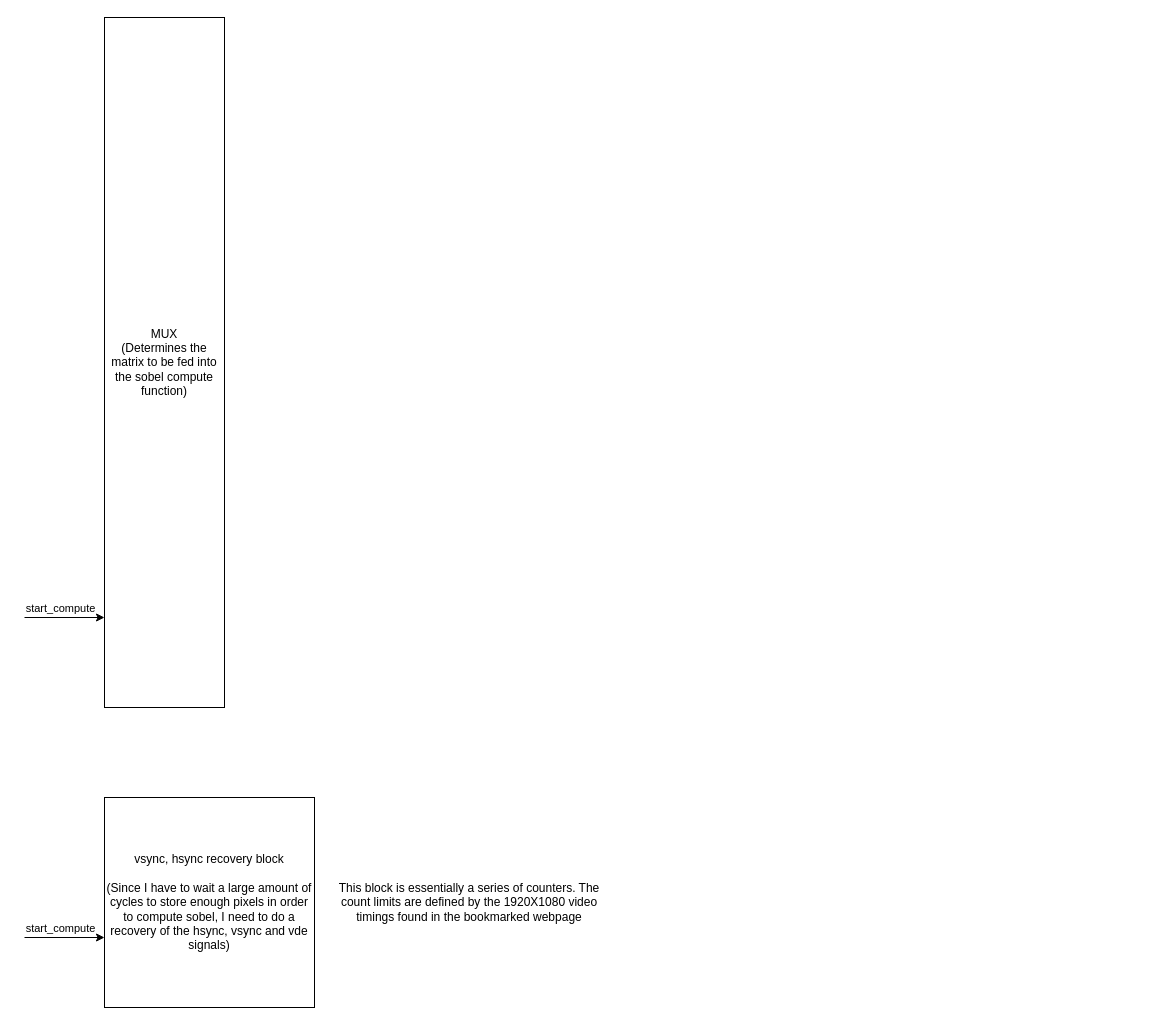
The draw.io diagram page "RAM ARBITOR" (2 of 2) of sobel_edge_detection_diagrams.drawio in dsingh7054/sobel_edge_detection, before the edit. Source tidied: cells renumbered, new cells numbered last; positions are measured from the earlier drawing's top-left corner, leaving out a move shared by most shapes. Both pictures are drawn from the tidied source at 100%, with x=0, y=0 at pixel (24, 17).
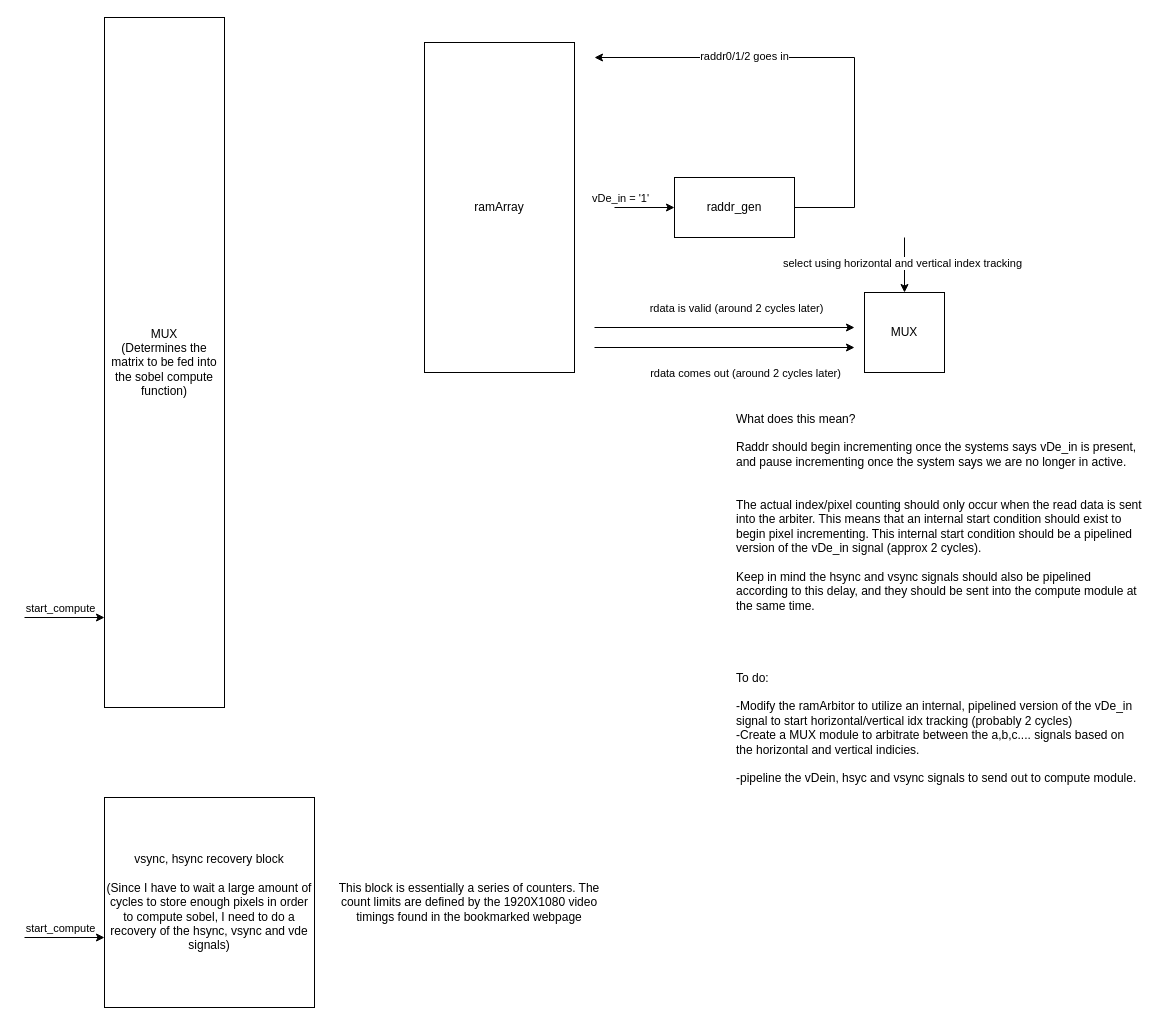
The same diagram, later.

Commit message (it also covers changes not shown here):
began working on ramArbitor module, outlined next steps in sobel diagram

Change to the diagram source:
```diff
@@
+    <mxCell id="9" value="raddr_gen" style="rounded=0;whiteSpace=wrap;html=1;" parent="1" vertex="1">
+      <mxGeometry x="650" y="160" width="120" height="60" as="geometry" />
+    </mxCell>
+    <mxCell id="10" style="endArrow=classic;html=1;rounded=0;" parent="1" edge="1">
+      <mxGeometry relative="1" as="geometry">
+        <mxPoint x="590" y="190" as="sourcePoint" />
+        <mxPoint x="650" y="190" as="targetPoint" />
+      </mxGeometry>
+    </mxCell>
+    <mxCell id="11" value="vDe_in = '1'" style="edgeLabel;html=1;align=center;verticalAlign=middle;" parent="10" vertex="1">
+      <mxGeometry x="-0.22" y="-2" relative="1" as="geometry">
+        <mxPoint x="-18" y="-12" as="offset" />
+      </mxGeometry>
+    </mxCell>
+    <mxCell id="12" style="endArrow=classic;html=1;rounded=0;" parent="1" edge="1">
+      <mxGeometry relative="1" as="geometry">
+        <mxPoint x="770" y="190" as="sourcePoint" />
+        <mxPoint x="570" y="40" as="targetPoint" />
+        <Array as="points">
+          <mxPoint x="830" y="190" />
+          <mxPoint x="830" y="40" />
+        </Array>
+      </mxGeometry>
+    </mxCell>
+    <mxCell id="13" value="&lt;div&gt;raddr0/1/2 goes in&lt;/div&gt;" style="edgeLabel;html=1;align=center;verticalAlign=middle;" parent="12" vertex="1">
+      <mxGeometry x="0.1" y="-2" relative="1" as="geometry">
+        <mxPoint x="-62" as="offset" />
+      </mxGeometry>
+    </mxCell>
+    <mxCell id="14" style="endArrow=classic;html=1;rounded=0;" parent="1" edge="1">
+      <mxGeometry relative="1" as="geometry">
+        <mxPoint x="570" y="330" as="sourcePoint" />
+        <mxPoint x="830" y="330" as="targetPoint" />
+      </mxGeometry>
+    </mxCell>
+    <mxCell id="15" value="rdata comes out (around 2 cycles later)" style="edgeLabel;html=1;align=center;verticalAlign=middle;" parent="14" vertex="1">
+      <mxGeometry x="-0.15" y="-3" relative="1" as="geometry">
+        <mxPoint x="39" y="22" as="offset" />
+      </mxGeometry>
+    </mxCell>
+    <mxCell id="16" value="ramArray" style="rounded=0;whiteSpace=wrap;html=1;direction=south;" parent="1" vertex="1">
+      <mxGeometry x="400" y="25" width="150" height="330" as="geometry" />
+    </mxCell>
+    <mxCell id="17" style="endArrow=classic;html=1;rounded=0;" parent="1" edge="1">
+      <mxGeometry relative="1" as="geometry">
+        <mxPoint x="570" y="310" as="sourcePoint" />
+        <mxPoint x="830" y="310" as="targetPoint" />
+      </mxGeometry>
+    </mxCell>
+    <mxCell id="18" value="rdata is valid (around 2 cycles later)" style="edgeLabel;html=1;align=center;verticalAlign=middle;" parent="17" vertex="1">
+      <mxGeometry x="0.09" y="-4" relative="1" as="geometry">
+        <mxPoint x="-1" y="-24" as="offset" />
+      </mxGeometry>
+    </mxCell>
+    <mxCell id="19" value="MUX" style="whiteSpace=wrap;html=1;" parent="1" vertex="1">
+      <mxGeometry x="840" y="275" width="80" height="80" as="geometry" />
+    </mxCell>
+    <mxCell id="20" style="endArrow=classic;html=1;rounded=0;entryX=0.5;entryY=0;entryDx=0;entryDy=0;" parent="1" edge="1" target="19">
+      <mxGeometry relative="1" as="geometry">
+        <mxPoint x="880" y="220" as="sourcePoint" />
+      </mxGeometry>
+    </mxCell>
+    <mxCell id="21" value="select using horizontal and vertical index tracking" style="edgeLabel;html=1;align=center;verticalAlign=middle;" parent="20" vertex="1">
+      <mxGeometry x="-0.08" y="-3" relative="1" as="geometry" />
+    </mxCell>
+    <mxCell id="22" value="&lt;div align=&quot;left&quot;&gt;What does this mean?&lt;/div&gt;&lt;div align=&quot;left&quot;&gt;&lt;br&gt;&lt;/div&gt;&lt;div align=&quot;left&quot;&gt;Raddr should begin incrementing once the systems says vDe_in is present, and pause incrementing once the system says we are no longer in active.&amp;nbsp;&lt;/div&gt;&lt;div align=&quot;left&quot;&gt;&lt;br&gt;&lt;/div&gt;&lt;div align=&quot;left&quot;&gt;&lt;br&gt;&lt;/div&gt;&lt;div align=&quot;left&quot;&gt;The actual index/pixel counting should only occur when the read data is sent into the arbiter. This means that an internal start condition should exist to begin pixel incrementing. This internal start condition should be a pipelined version of the vDe_in signal (approx 2 cycles).&amp;nbsp;&lt;/div&gt;&lt;div align=&quot;left&quot;&gt;&lt;br&gt;&lt;/div&gt;&lt;div align=&quot;left&quot;&gt;Keep in mind the hsync and vsync signals should also be pipelined according to this delay, and they should be sent into the compute module at the same time.&amp;nbsp;&lt;/div&gt;&lt;div align=&quot;left&quot;&gt;&lt;br&gt;&lt;/div&gt;&lt;div align=&quot;left&quot;&gt;&lt;br&gt;&lt;/div&gt;&lt;div align=&quot;left&quot;&gt;&lt;br&gt;&lt;/div&gt;&lt;div align=&quot;left&quot;&gt;&lt;br&gt;&lt;/div&gt;&lt;div align=&quot;left&quot;&gt;To do:&lt;/div&gt;&lt;div align=&quot;left&quot;&gt;&lt;br&gt;&lt;/div&gt;&lt;div align=&quot;left&quot;&gt;-Modify the ramArbitor to utilize an internal, pipelined version of the vDe_in signal to start horizontal/vertical idx tracking (probably 2 cycles)&lt;/div&gt;&lt;div align=&quot;left&quot;&gt;-Create a MUX module to arbitrate between the a,b,c.... signals based on the horizontal and vertical indicies.&amp;nbsp;&lt;/div&gt;&lt;div align=&quot;left&quot;&gt;&lt;br&gt;&lt;/div&gt;&lt;div align=&quot;left&quot;&gt;-pipeline the vDein, hsyc and vsync signals to send out to compute module.&lt;/div&gt;&lt;div align=&quot;left&quot;&gt;&lt;br&gt;&lt;/div&gt;&lt;div align=&quot;left&quot;&gt;&lt;br&gt;&lt;/div&gt;&lt;div align=&quot;left&quot;&gt;&lt;br&gt;&lt;/div&gt;&lt;div align=&quot;left&quot;&gt;&lt;br&gt;&lt;/div&gt;" style="text;html=1;whiteSpace=wrap;strokeColor=none;fillColor=none;align=left;verticalAlign=middle;rounded=0;" parent="1" vertex="1">
+      <mxGeometry x="710" y="480" width="410" height="260" as="geometry" />
+    </mxCell>
```
